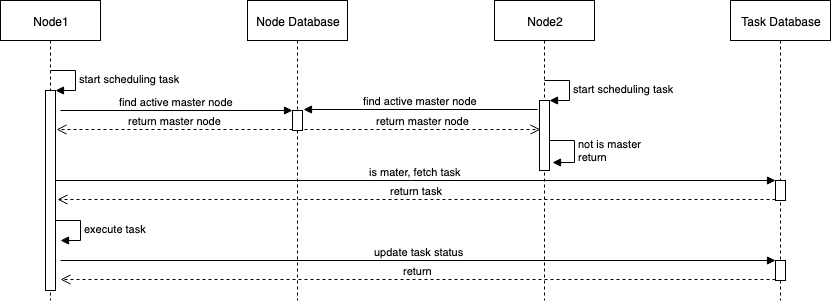
This is img/task-consumer-execute-task.png from kan01234/task-scheduler, a draw.io export, as it was before one commit. Source tidied: cells renumbered, new cells last; positions are measured from the earlier drawing's top-left corner, leaving out a move shared by most shapes.
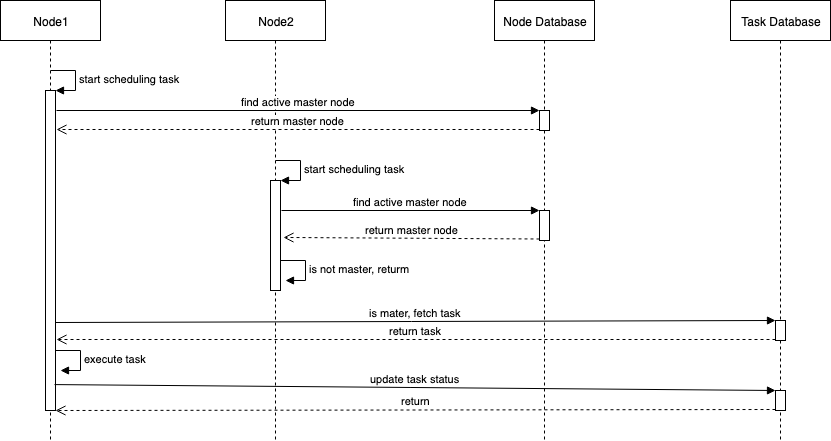
After the commit.

Diff of the diagram source:
```diff
@@ -3,10 +3,10 @@
     <mxCell id="0" />
     <mxCell id="1" parent="0" />
     <mxCell id="2" value="Node1" style="shape=umlLifeline;perimeter=lifelinePerimeter;whiteSpace=wrap;html=1;" parent="1" vertex="1">
-      <mxGeometry width="100" height="300" as="geometry" />
+      <mxGeometry width="100" height="440" as="geometry" />
     </mxCell>
     <mxCell id="3" style="html=1;points=[];perimeter=orthogonalPerimeter;" parent="2" vertex="1">
-      <mxGeometry x="45" y="90" width="10" height="200" as="geometry" />
+      <mxGeometry x="45" y="90" width="10" height="320" as="geometry" />
     </mxCell>
     <mxCell id="4" value="start scheduling task" style="edgeStyle=orthogonalEdgeStyle;html=1;align=left;spacingLeft=2;endArrow=block;rounded=0;entryX=1;entryY=0;" parent="2" edge="1" target="3">
       <mxGeometry relative="1" as="geometry">
@@ -17,27 +17,25 @@
       </mxGeometry>
     </mxCell>
     <mxCell id="5" value="Node Database" style="shape=umlLifeline;perimeter=lifelinePerimeter;whiteSpace=wrap;html=1;" parent="1" vertex="1">
-      <mxGeometry x="247" width="100" height="300" as="geometry" />
+      <mxGeometry x="494" width="100" height="440" as="geometry" />
     </mxCell>
     <mxCell id="6" style="html=1;points=[];perimeter=orthogonalPerimeter;" parent="5" vertex="1">
       <mxGeometry x="45" y="110" width="10" height="20" as="geometry" />
     </mxCell>
-    <mxCell id="7" value="find active master node" style="html=1;verticalAlign=bottom;endArrow=block;entryX=0;entryY=0;" parent="5" edge="1" target="6">
-      <mxGeometry relative="1" as="geometry">
-        <mxPoint x="-187" y="110" as="sourcePoint" />
-      </mxGeometry>
-    </mxCell>
+    <mxCell id="23" style="html=1;points=[];perimeter=orthogonalPerimeter;" parent="5" vertex="1">
+      <mxGeometry x="45" y="210" width="10" height="30" as="geometry" />
+    </mxCell>
     <mxCell id="8" value="Node2" style="shape=umlLifeline;perimeter=lifelinePerimeter;whiteSpace=wrap;html=1;" parent="1" vertex="1">
-      <mxGeometry x="494" width="100" height="300" as="geometry" />
+      <mxGeometry x="225" width="100" height="440" as="geometry" />
     </mxCell>
-    <mxCell id="9" style="html=1;points=[];perimeter=orthogonalPerimeter;" parent="8" vertex="1">
-      <mxGeometry x="45" y="100" width="10" height="70" as="geometry" />
-    </mxCell>
+    <mxCell id="24" style="html=1;points=[];perimeter=orthogonalPerimeter;" parent="8" vertex="1">
+      <mxGeometry x="45" y="180" width="10" height="110" as="geometry" />
+    </mxCell>
-    <mxCell id="10" value="start scheduling task" style="edgeStyle=orthogonalEdgeStyle;html=1;align=left;spacingLeft=2;endArrow=block;rounded=0;entryX=1;entryY=0;" parent="8" edge="1" target="9">
+    <mxCell id="10" value="start scheduling task" style="edgeStyle=orthogonalEdgeStyle;html=1;align=left;spacingLeft=2;endArrow=block;rounded=0;entryX=1;entryY=0;" parent="8" edge="1" target="24">
       <mxGeometry relative="1" as="geometry">
-        <mxPoint x="50" y="80" as="sourcePoint" />
+        <mxPoint x="50" y="160" as="sourcePoint" />
         <Array as="points">
-          <mxPoint x="75" y="80" />
+          <mxPoint x="75" y="160" />
         </Array>
       </mxGeometry>
     </mxCell>
@@ -46,63 +44,59 @@
         <mxPoint x="56" y="129" as="targetPoint" />
       </mxGeometry>
     </mxCell>
-    <mxCell id="12" value="find active master node" style="html=1;verticalAlign=bottom;endArrow=block;entryX=1.1;entryY=-0.05;entryDx=0;entryDy=0;entryPerimeter=0;" parent="1" edge="1" target="6">
-      <mxGeometry relative="1" as="geometry">
-        <mxPoint x="537" y="109" as="sourcePoint" />
-      </mxGeometry>
-    </mxCell>
-    <mxCell id="13" value="return master node" style="html=1;verticalAlign=bottom;endArrow=open;dashed=1;endSize=8;exitX=1.2;exitY=0.95;exitDx=0;exitDy=0;exitPerimeter=0;" parent="1" edge="1" source="6">
-      <mxGeometry relative="1" as="geometry">
-        <mxPoint x="540" y="129" as="targetPoint" />
-      </mxGeometry>
-    </mxCell>
-    <mxCell id="14" value="&lt;div&gt;not is master&lt;/div&gt;&lt;div&gt;return&lt;br&gt;&lt;/div&gt;" style="edgeStyle=orthogonalEdgeStyle;html=1;align=left;spacingLeft=2;endArrow=block;rounded=0;" parent="1" edge="1">
-      <mxGeometry relative="1" as="geometry">
-        <mxPoint x="549" y="140" as="sourcePoint" />
-        <mxPoint x="552" y="162" as="targetPoint" />
-        <Array as="points">
-          <mxPoint x="574" y="140" />
-          <mxPoint x="574" y="162" />
-        </Array>
-      </mxGeometry>
-    </mxCell>
     <mxCell id="15" value="Task Database" style="shape=umlLifeline;perimeter=lifelinePerimeter;whiteSpace=wrap;html=1;" parent="1" vertex="1">
-      <mxGeometry x="730" width="100" height="300" as="geometry" />
+      <mxGeometry x="730" width="100" height="440" as="geometry" />
     </mxCell>
     <mxCell id="16" style="html=1;points=[];perimeter=orthogonalPerimeter;" parent="15" vertex="1">
-      <mxGeometry x="45" y="180" width="10" height="20" as="geometry" />
+      <mxGeometry x="45" y="320" width="10" height="20" as="geometry" />
     </mxCell>
     <mxCell id="17" style="html=1;points=[];perimeter=orthogonalPerimeter;" parent="15" vertex="1">
-      <mxGeometry x="45" y="260" width="10" height="20" as="geometry" />
+      <mxGeometry x="45" y="390" width="10" height="20" as="geometry" />
     </mxCell>
-    <mxCell id="18" value="update task status" style="html=1;verticalAlign=bottom;endArrow=block;entryX=0;entryY=0;" parent="15" edge="1" target="17">
-      <mxGeometry relative="1" as="geometry">
-        <mxPoint x="-670" y="260" as="sourcePoint" />
-      </mxGeometry>
-    </mxCell>
-    <mxCell id="19" value="return" style="html=1;verticalAlign=bottom;endArrow=open;dashed=1;endSize=8;exitX=0;exitY=0.95;" parent="15" edge="1" source="17">
-      <mxGeometry relative="1" as="geometry">
-        <mxPoint x="-670" y="279" as="targetPoint" />
-      </mxGeometry>
-    </mxCell>
-    <mxCell id="20" value="is mater, fetch task" style="html=1;verticalAlign=bottom;endArrow=block;entryX=0;entryY=0;" parent="1" edge="1" target="16">
-      <mxGeometry relative="1" as="geometry">
-        <mxPoint x="55" y="180" as="sourcePoint" />
-      </mxGeometry>
+    <mxCell id="20" value="is mater, fetch task" style="html=1;verticalAlign=bottom;endArrow=block;entryX=0;entryY=0;exitX=1;exitY=0.725;exitDx=0;exitDy=0;exitPerimeter=0;" parent="1" edge="1" source="3" target="16">
+      <mxGeometry relative="1" as="geometry" />
     </mxCell>
     <mxCell id="21" value="return task" style="html=1;verticalAlign=bottom;endArrow=open;dashed=1;endSize=8;exitX=0;exitY=0.95;" parent="1" edge="1" source="16">
       <mxGeometry relative="1" as="geometry">
-        <mxPoint x="57" y="199" as="targetPoint" />
+        <mxPoint x="56" y="339" as="targetPoint" />
       </mxGeometry>
     </mxCell>
+    <mxCell id="7" value="find active master node" style="html=1;verticalAlign=bottom;endArrow=block;entryX=0;entryY=0;" parent="1" edge="1" target="6">
+      <mxGeometry relative="1" as="geometry">
+        <mxPoint x="56" y="110" as="sourcePoint" />
+      </mxGeometry>
+    </mxCell>
+    <mxCell id="19" value="return" style="html=1;verticalAlign=bottom;endArrow=open;dashed=1;endSize=8;exitX=0;exitY=0.95;entryX=1;entryY=1;entryDx=0;entryDy=0;entryPerimeter=0;" parent="1" edge="1" source="17" target="3">
+      <mxGeometry relative="1" as="geometry" />
+    </mxCell>
+    <mxCell id="18" value="update task status" style="html=1;verticalAlign=bottom;endArrow=block;entryX=0;entryY=0;exitX=0.9;exitY=0.919;exitDx=0;exitDy=0;exitPerimeter=0;" parent="1" edge="1" source="3" target="17">
+      <mxGeometry relative="1" as="geometry" />
+    </mxCell>
     <mxCell id="22" value="execute task" style="edgeStyle=orthogonalEdgeStyle;html=1;align=left;spacingLeft=2;endArrow=block;rounded=0;entryX=1;entryY=0;" parent="1" edge="1">
       <mxGeometry relative="1" as="geometry">
-        <mxPoint x="55" y="220" as="sourcePoint" />
-        <mxPoint x="60" y="240" as="targetPoint" />
+        <mxPoint x="55" y="350" as="sourcePoint" />
+        <mxPoint x="60" y="370" as="targetPoint" />
         <Array as="points">
-          <mxPoint x="80" y="220" />
+          <mxPoint x="80" y="350" />
         </Array>
       </mxGeometry>
     </mxCell>
+    <mxCell id="12" value="find active master node" style="html=1;verticalAlign=bottom;endArrow=block;entryX=0;entryY=0;" parent="1" edge="1" target="23">
+      <mxGeometry relative="1" as="geometry">
+        <mxPoint x="281" y="210" as="sourcePoint" />
+      </mxGeometry>
+    </mxCell>
+    <mxCell id="13" value="return master node" style="html=1;verticalAlign=bottom;endArrow=open;dashed=1;endSize=8;exitX=0;exitY=0.95;entryX=1.3;entryY=0.518;entryDx=0;entryDy=0;entryPerimeter=0;" parent="1" edge="1" source="23" target="24">
+      <mxGeometry relative="1" as="geometry" />
+    </mxCell>
+    <mxCell id="25" value="&lt;div&gt;is not master, returm&lt;br&gt;&lt;/div&gt;" style="edgeStyle=orthogonalEdgeStyle;html=1;align=left;spacingLeft=2;endArrow=block;rounded=0;entryX=1;entryY=0;" parent="1" edge="1">
+      <mxGeometry relative="1" as="geometry">
+        <mxPoint x="280" y="260" as="sourcePoint" />
+        <mxPoint x="285" y="280" as="targetPoint" />
+        <Array as="points">
+          <mxPoint x="305" y="260" />
+        </Array>
+      </mxGeometry>
+    </mxCell>
   </root>
 </mxGraphModel>
```
